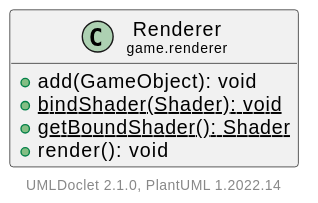
This is doc/javadoc/game/renderer/Renderer.svg from Hirschiii/JavaGameEngine, a PlantUML export, as it was before one commit. The source it was exported from:
```plantuml
@startuml
    set namespaceSeparator none
    hide empty fields
    hide empty methods

    class "<size:14>Renderer\n<size:10>game.renderer" as game.renderer.Renderer [[Renderer.html]] {
        +add(GameObject): void
        {static} +bindShader(Shader): void
        {static} +getBoundShader(): Shader
        +render(): void
    }

    center footer UMLDoclet 2.1.0, PlantUML %version()
@enduml
```
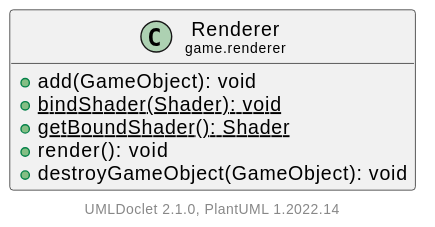
The same diagram one commit later.

The edit, as a diff of the source:
```diff
@@ -8,6 +8,7 @@
         {static} +bindShader(Shader): void
         {static} +getBoundShader(): Shader
         +render(): void
+        +destroyGameObject(GameObject): void
     }
 
     center footer UMLDoclet 2.1.0, PlantUML %version()
```
